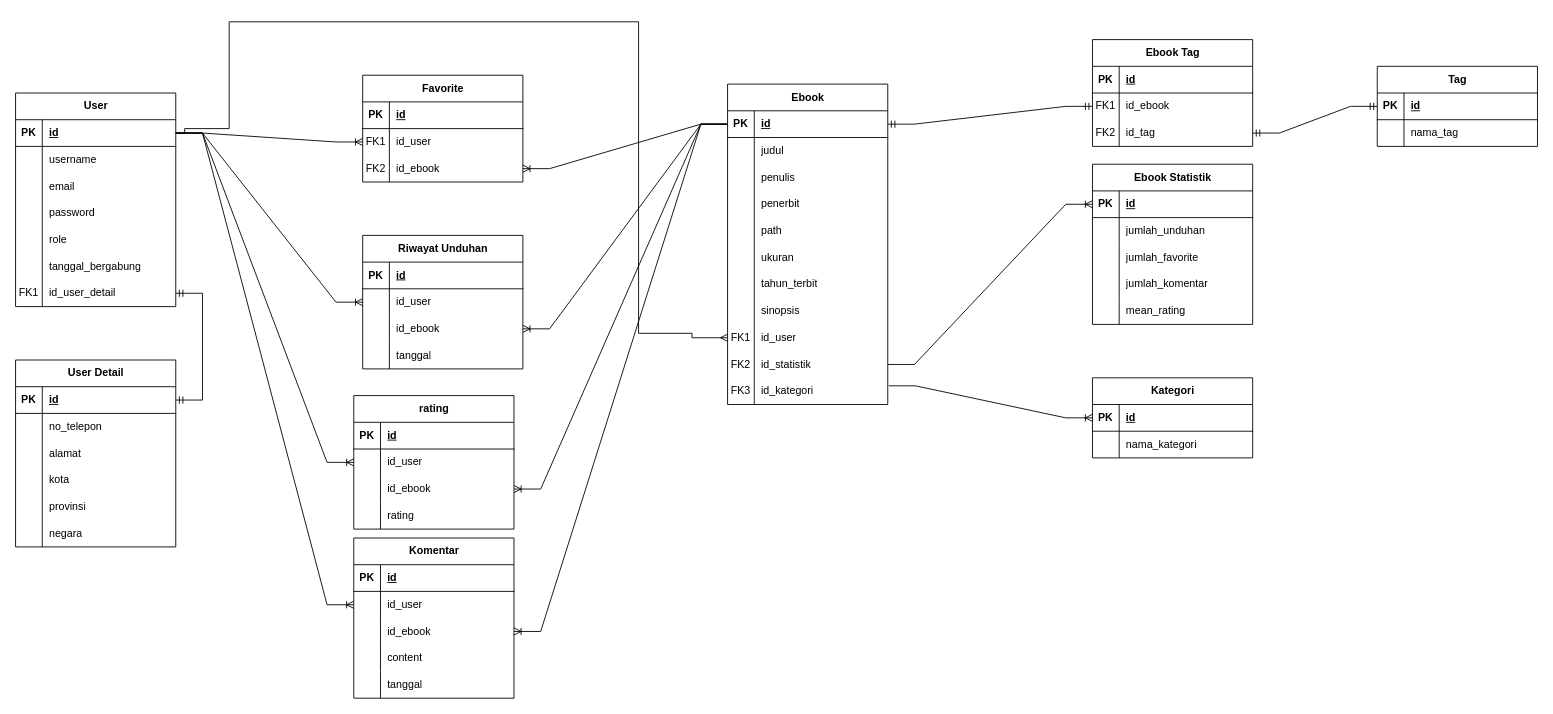
zaenal-abidin-syah/diagram keeps this draw.io diagram as ebshare-fix.drawio. Above is the earlier version. Source tidied: cells renumbered, new cells numbered last; positions are measured from the earlier drawing's top-left corner, leaving out a move shared by most shapes. Both pictures are drawn from the tidied source at 89%, with x=0, y=0 at pixel (15, 21).
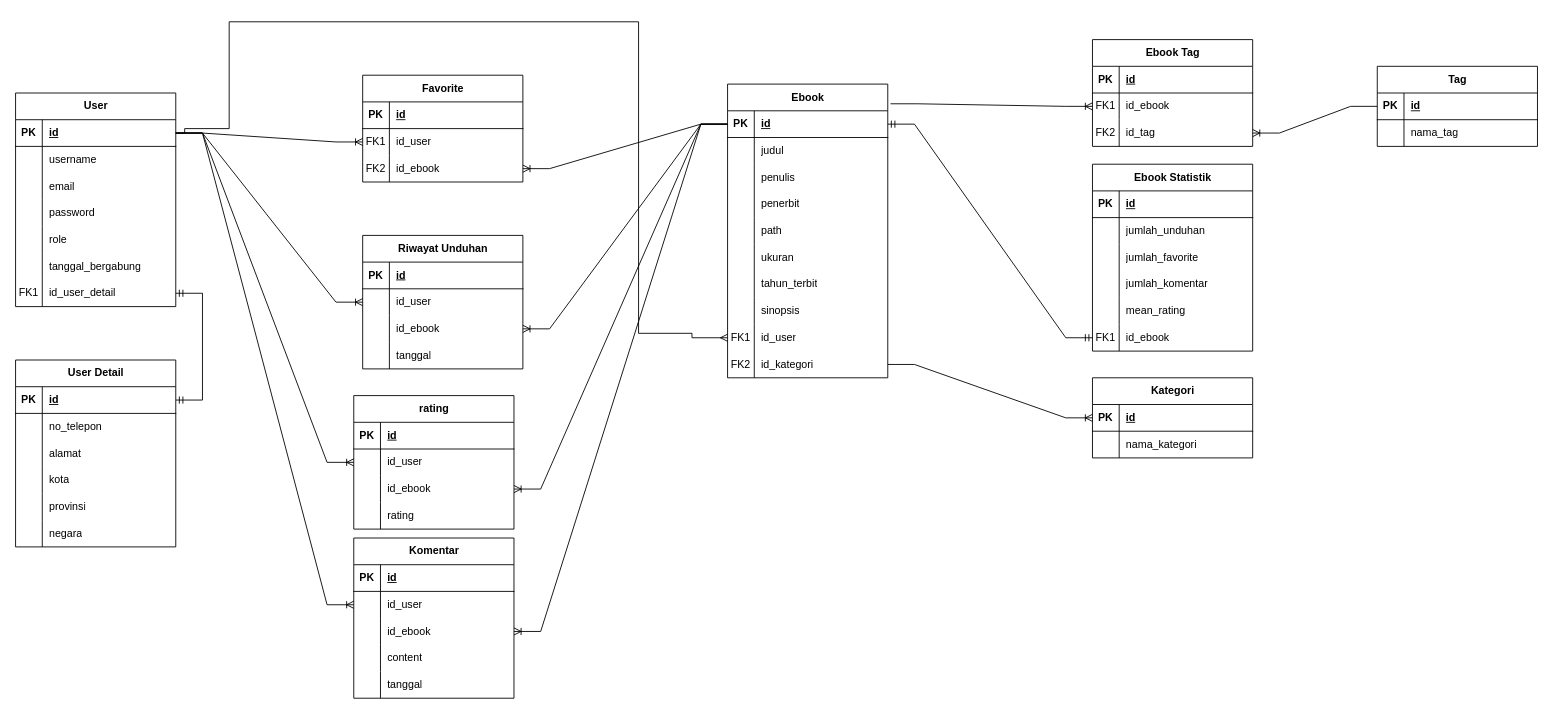
After the change.

The change refers to these unchanged cells:
```xml
<mxCell id="3" style="shape=tableRow;horizontal=0;startSize=0;swimlaneHead=0;swimlaneBody=0;fillColor=none;points=[[0,0.5],[1,0.5]];portConstraint=eastwest;top=0;left=0;right=0;bottom=1;" parent="2" vertex="1">
  <mxGeometry y="30" width="180" height="30" as="geometry" />
</mxCell>
<mxCell id="30" style="shape=tableRow;horizontal=0;startSize=0;swimlaneHead=0;swimlaneBody=0;fillColor=none;points=[[0,0.5],[1,0.5]];portConstraint=eastwest;top=0;left=0;right=0;bottom=0;" parent="2" vertex="1">
  <mxGeometry y="300" width="180" height="30" as="geometry" />
</mxCell>
<mxCell id="37" style="shape=tableRow;horizontal=0;startSize=0;swimlaneHead=0;swimlaneBody=0;fillColor=none;points=[[0,0.5],[1,0.5]];portConstraint=eastwest;top=0;left=0;right=0;bottom=1;" parent="36" vertex="1">
  <mxGeometry y="30" width="180" height="30" as="geometry" />
</mxCell>
<mxCell id="44" style="shape=tableRow;horizontal=0;startSize=0;swimlaneHead=0;swimlaneBody=0;fillColor=none;points=[[0,0.5],[1,0.5]];portConstraint=eastwest;top=0;left=0;right=0;bottom=1;" parent="43" vertex="1">
  <mxGeometry y="30" width="180" height="30" as="geometry" />
</mxCell>
<mxCell id="54" style="shape=tableRow;horizontal=0;startSize=0;swimlaneHead=0;swimlaneBody=0;fillColor=none;points=[[0,0.5],[1,0.5]];portConstraint=eastwest;top=0;left=0;right=0;bottom=0;" parent="50" vertex="1">
  <mxGeometry y="60" width="180" height="30" as="geometry" />
</mxCell>
<mxCell id="57" style="shape=tableRow;horizontal=0;startSize=0;swimlaneHead=0;swimlaneBody=0;fillColor=none;points=[[0,0.5],[1,0.5]];portConstraint=eastwest;top=0;left=0;right=0;bottom=0;" parent="50" vertex="1">
  <mxGeometry y="90" width="180" height="30" as="geometry" />
</mxCell>
<mxCell id="71" style="shape=tableRow;horizontal=0;startSize=0;swimlaneHead=0;swimlaneBody=0;fillColor=none;points=[[0,0.5],[1,0.5]];portConstraint=eastwest;top=0;left=0;right=0;bottom=1;" parent="70" vertex="1">
  <mxGeometry y="30" width="180" height="30" as="geometry" />
</mxCell>
```

What changed in the source:
```diff
@@
     <mxCell id="2" value="Ebook" style="shape=table;startSize=30;childLayout=tableLayout;rowLines=0;fontStyle=1;align=center;html=1;" parent="1" vertex="1">
-      <mxGeometry x="800" y="70" width="180" height="360" as="geometry" />
+      <mxGeometry x="800" y="70" width="180" height="330" as="geometry" />
     </mxCell>
@@
-    <mxCell id="32" value="id_statistik" style="shape=partialRectangle;fillColor=none;top=0;left=0;bottom=0;right=0;align=left;spacingLeft=6;overflow=hidden;whiteSpace=wrap;html=1;" parent="30" vertex="1">
+    <mxCell id="32" value="id_kategori" style="shape=partialRectangle;fillColor=none;top=0;left=0;bottom=0;right=0;align=left;spacingLeft=6;overflow=hidden;whiteSpace=wrap;html=1;" parent="30" vertex="1">
       <mxGeometry x="30" width="150" height="30" as="geometry" />
     </mxCell>
-    <mxCell id="33" style="shape=tableRow;horizontal=0;startSize=0;swimlaneHead=0;swimlaneBody=0;fillColor=none;points=[[0,0.5],[1,0.5]];portConstraint=eastwest;top=0;left=0;right=0;bottom=0;" parent="2" vertex="1">
-      <mxGeometry y="330" width="180" height="30" as="geometry" />
-    </mxCell>
-    <mxCell id="34" value="FK3" style="shape=partialRectangle;fillColor=none;top=0;left=0;bottom=0;right=0;overflow=hidden;whiteSpace=wrap;html=1;" parent="33" vertex="1">
-      <mxGeometry width="30" height="30" as="geometry" />
-    </mxCell>
-    <mxCell id="35" value="id_kategori" style="shape=partialRectangle;fillColor=none;top=0;left=0;bottom=0;right=0;align=left;spacingLeft=6;overflow=hidden;whiteSpace=wrap;html=1;" parent="33" vertex="1">
-      <mxGeometry x="30" width="150" height="30" as="geometry" />
-    </mxCell>
@@
     <mxCell id="70" value="Ebook Statistik" style="shape=table;startSize=30;childLayout=tableLayout;rowLines=0;fontStyle=1;align=center;html=1;" parent="1" vertex="1">
-      <mxGeometry x="1210" y="160" width="180" height="180" as="geometry" />
+      <mxGeometry x="1210" y="160" width="180" height="210" as="geometry" />
     </mxCell>
@@
+    <mxCell id="183" style="shape=tableRow;horizontal=0;startSize=0;swimlaneHead=0;swimlaneBody=0;fillColor=none;points=[[0,0.5],[1,0.5]];portConstraint=eastwest;top=0;left=0;right=0;bottom=0;" parent="70" vertex="1">
+      <mxGeometry y="180" width="180" height="30" as="geometry" />
+    </mxCell>
+    <mxCell id="184" value="FK1" style="shape=partialRectangle;fillColor=none;top=0;left=0;bottom=0;right=0;overflow=hidden;whiteSpace=wrap;html=1;" parent="183" vertex="1">
+      <mxGeometry width="30" height="30" as="geometry" />
+    </mxCell>
+    <mxCell id="185" value="id_ebook" style="shape=partialRectangle;fillColor=none;top=0;left=0;bottom=0;right=0;align=left;spacingLeft=6;overflow=hidden;whiteSpace=wrap;html=1;" parent="183" vertex="1">
+      <mxGeometry x="30" width="150" height="30" as="geometry" />
+    </mxCell>
@@
-    <mxCell id="156" style="edgeStyle=entityRelationEdgeStyle;fontSize=12;html=1;endArrow=ERoneToMany;rounded=0;entryX=0;entryY=0.5;entryDx=0;entryDy=0;exitX=1.006;exitY=0.3;exitDx=0;exitDy=0;exitPerimeter=0;" parent="1" edge="1" source="33" target="37">
+    <mxCell id="156" style="edgeStyle=entityRelationEdgeStyle;fontSize=12;html=1;endArrow=ERoneToMany;rounded=0;entryX=0;entryY=0.5;entryDx=0;entryDy=0;exitX=1;exitY=0.5;exitDx=0;exitDy=0;" parent="1" edge="1" source="30" target="37">
       <mxGeometry relative="1" as="geometry" />
     </mxCell>
-    <mxCell id="157" style="edgeStyle=entityRelationEdgeStyle;fontSize=12;html=1;endArrow=ERmandOne;startArrow=ERmandOne;rounded=0;exitX=1;exitY=0.5;exitDx=0;exitDy=0;entryX=0;entryY=0.5;entryDx=0;entryDy=0;" parent="1" edge="1" source="3" target="54">
+    <mxCell id="157" style="edgeStyle=entityRelationEdgeStyle;fontSize=12;html=1;endArrow=ERmandOne;startArrow=ERmandOne;rounded=0;exitX=1;exitY=0.5;exitDx=0;exitDy=0;entryX=0;entryY=0.5;entryDx=0;entryDy=0;" parent="1" edge="1" source="3" target="183">
       <mxGeometry relative="1" as="geometry" />
     </mxCell>
-    <mxCell id="158" style="edgeStyle=entityRelationEdgeStyle;fontSize=12;html=1;endArrow=ERmandOne;startArrow=ERmandOne;rounded=0;exitX=1;exitY=0.5;exitDx=0;exitDy=0;entryX=0;entryY=0.5;entryDx=0;entryDy=0;" parent="1" edge="1" source="57" target="44">
-      <mxGeometry relative="1" as="geometry">
-        <Array as="points">
-          <mxPoint x="950" y="390" />
-        </Array>
-      </mxGeometry>
-    </mxCell>
@@
-    <mxCell id="167" style="edgeStyle=entityRelationEdgeStyle;fontSize=12;html=1;endArrow=ERoneToMany;rounded=0;entryX=0;entryY=0.5;entryDx=0;entryDy=0;exitX=1;exitY=0.5;exitDx=0;exitDy=0;" parent="1" edge="1" source="30" target="71">
+    <mxCell id="167" style="edgeStyle=entityRelationEdgeStyle;fontSize=12;html=1;endArrow=ERoneToMany;rounded=0;entryX=0;entryY=0.5;entryDx=0;entryDy=0;exitX=1.017;exitY=0.067;exitDx=0;exitDy=0;exitPerimeter=0;" parent="1" edge="1" source="2" target="54">
       <mxGeometry relative="1" as="geometry" />
     </mxCell>
@@
+    <mxCell id="186" style="edgeStyle=entityRelationEdgeStyle;fontSize=12;html=1;endArrow=ERoneToMany;rounded=0;entryX=1;entryY=0.5;entryDx=0;entryDy=0;exitX=0;exitY=0.5;exitDx=0;exitDy=0;" parent="1" edge="1" source="44" target="57">
+      <mxGeometry relative="1" as="geometry" />
+    </mxCell>
```
